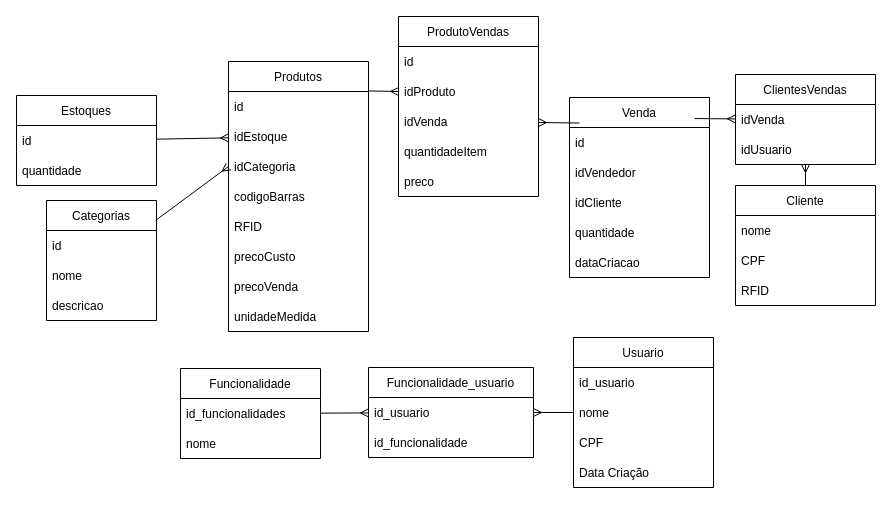
Before: page "Relational-Model" (2 of 4) of doc/class.drawio in SavioAraujoPagung/les, a draw.io diagram. Source tidied: cells renumbered, new cells numbered last; positions are measured from the earlier drawing's top-left corner, leaving out a move shared by most shapes. Both pictures are drawn from the tidied source at 100%, with x=0, y=0 at pixel (16, 16).
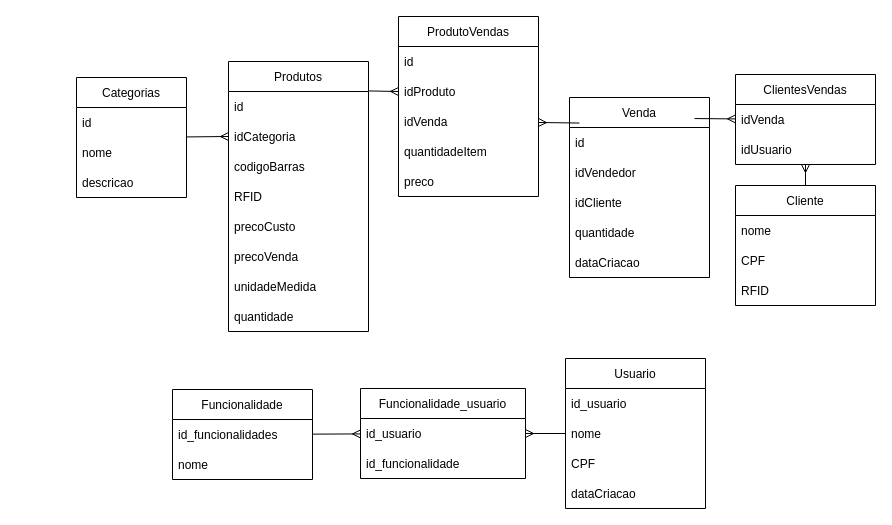
After the change.

The change refers to these unchanged cells:
```xml
<mxCell id="20" value="Produtos" style="swimlane;fontStyle=0;horizontal=1;startSize=30;" parent="1" vertex="1">
  <mxGeometry x="212" y="45" width="140" height="270" as="geometry" />
</mxCell>
```

What changed in the source:
```diff
@@
     <mxCell id="3" value="Funcionalidade_usuario" style="swimlane;fontStyle=0;horizontal=1;startSize=30;" parent="1" vertex="1">
-      <mxGeometry x="352" y="351" width="165" height="90" as="geometry" />
+      <mxGeometry x="344" y="372" width="165" height="90" as="geometry" />
     </mxCell>
@@
     <mxCell id="6" value="Usuario" style="swimlane;fontStyle=0;horizontal=1;startSize=30;" parent="1" vertex="1">
-      <mxGeometry x="557" y="321" width="140" height="150" as="geometry" />
+      <mxGeometry x="549" y="342" width="140" height="150" as="geometry" />
     </mxCell>
@@
-    <mxCell id="10" value="Data Criação" style="text;strokeColor=none;fillColor=none;align=left;verticalAlign=middle;spacingLeft=4;spacingRight=4;overflow=hidden;" parent="6" vertex="1">
+    <mxCell id="10" value="dataCriacao" style="text;strokeColor=none;fillColor=none;align=left;verticalAlign=middle;spacingLeft=4;spacingRight=4;overflow=hidden;" parent="6" vertex="1">
       <mxGeometry y="120" width="140" height="30" as="geometry" />
     </mxCell>
@@
-    <mxCell id="22" value="idEstoque" style="text;strokeColor=none;fillColor=none;align=left;verticalAlign=middle;spacingLeft=4;spacingRight=4;overflow=hidden;points=[[0,0.5],[1,0.5]];portConstraint=eastwest;" parent="20" vertex="1">
-      <mxGeometry y="60" width="140" height="30" as="geometry" />
-    </mxCell>
     <mxCell id="23" value="idCategoria" style="text;strokeColor=none;fillColor=none;align=left;verticalAlign=middle;spacingLeft=4;spacingRight=4;overflow=hidden;points=[[0,0.5],[1,0.5]];portConstraint=eastwest;" parent="20" vertex="1">
-      <mxGeometry y="90" width="140" height="30" as="geometry" />
+      <mxGeometry y="60" width="140" height="30" as="geometry" />
     </mxCell>
     <mxCell id="24" value="codigoBarras" style="text;strokeColor=none;fillColor=none;align=left;verticalAlign=middle;spacingLeft=4;spacingRight=4;overflow=hidden;" parent="20" vertex="1">
-      <mxGeometry y="120" width="140" height="30" as="geometry" />
+      <mxGeometry y="90" width="140" height="30" as="geometry" />
     </mxCell>
     <mxCell id="25" value="RFID" style="text;strokeColor=none;fillColor=none;align=left;verticalAlign=middle;spacingLeft=4;spacingRight=4;overflow=hidden;" parent="20" vertex="1">
-      <mxGeometry y="150" width="140" height="30" as="geometry" />
+      <mxGeometry y="120" width="140" height="30" as="geometry" />
     </mxCell>
     <mxCell id="26" value="precoCusto" style="text;strokeColor=none;fillColor=none;align=left;verticalAlign=middle;spacingLeft=4;spacingRight=4;overflow=hidden;" parent="20" vertex="1">
-      <mxGeometry y="180" width="140" height="30" as="geometry" />
+      <mxGeometry y="150" width="140" height="30" as="geometry" />
     </mxCell>
     <mxCell id="27" value="precoVenda" style="text;strokeColor=none;fillColor=none;align=left;verticalAlign=middle;spacingLeft=4;spacingRight=4;overflow=hidden;" parent="20" vertex="1">
-      <mxGeometry y="210" width="140" height="30" as="geometry" />
+      <mxGeometry y="180" width="140" height="30" as="geometry" />
     </mxCell>
     <mxCell id="28" value="unidadeMedida" style="text;strokeColor=none;fillColor=none;align=left;verticalAlign=middle;spacingLeft=4;spacingRight=4;overflow=hidden;" parent="20" vertex="1">
-      <mxGeometry y="240" width="140" height="30" as="geometry" />
+      <mxGeometry y="210" width="140" height="30" as="geometry" />
     </mxCell>
-    <mxCell id="29" value="Estoques" style="swimlane;fontStyle=0;horizontal=1;startSize=30;" parent="1" vertex="1">
-      <mxGeometry y="79" width="140" height="90" as="geometry" />
-    </mxCell>
-    <mxCell id="30" value="id" style="text;strokeColor=none;fillColor=none;align=left;verticalAlign=middle;spacingLeft=4;spacingRight=4;overflow=hidden;" parent="29" vertex="1">
-      <mxGeometry y="30" width="140" height="30" as="geometry" />
-    </mxCell>
-    <mxCell id="31" value="quantidade" style="text;strokeColor=none;fillColor=none;align=left;verticalAlign=middle;spacingLeft=4;spacingRight=4;overflow=hidden;" parent="29" vertex="1">
-      <mxGeometry y="60" width="140" height="30" as="geometry" />
+    <mxCell id="31" value="quantidade" style="text;strokeColor=none;fillColor=none;align=left;verticalAlign=middle;spacingLeft=4;spacingRight=4;overflow=hidden;" parent="20" vertex="1">
+      <mxGeometry y="240" width="140" height="30" as="geometry" />
     </mxCell>
     <mxCell id="32" value="Categorias" style="swimlane;fontStyle=0;horizontal=1;startSize=30;" parent="1" vertex="1">
-      <mxGeometry x="30" y="184" width="110" height="120" as="geometry" />
+      <mxGeometry x="60" y="61" width="110" height="120" as="geometry" />
     </mxCell>
@@
-    <mxCell id="37" style="edgeStyle=none;html=1;startArrow=ERmany;startFill=0;endArrow=none;endFill=0;" parent="1" edge="1" source="22" target="29">
-      <mxGeometry relative="1" as="geometry" />
-    </mxCell>
@@
     <mxCell id="53" value="Funcionalidade" style="swimlane;fontStyle=0;horizontal=1;startSize=30;" parent="1" vertex="1">
-      <mxGeometry x="164" y="352" width="140" height="90" as="geometry" />
+      <mxGeometry x="156" y="373" width="140" height="90" as="geometry" />
     </mxCell>
```
